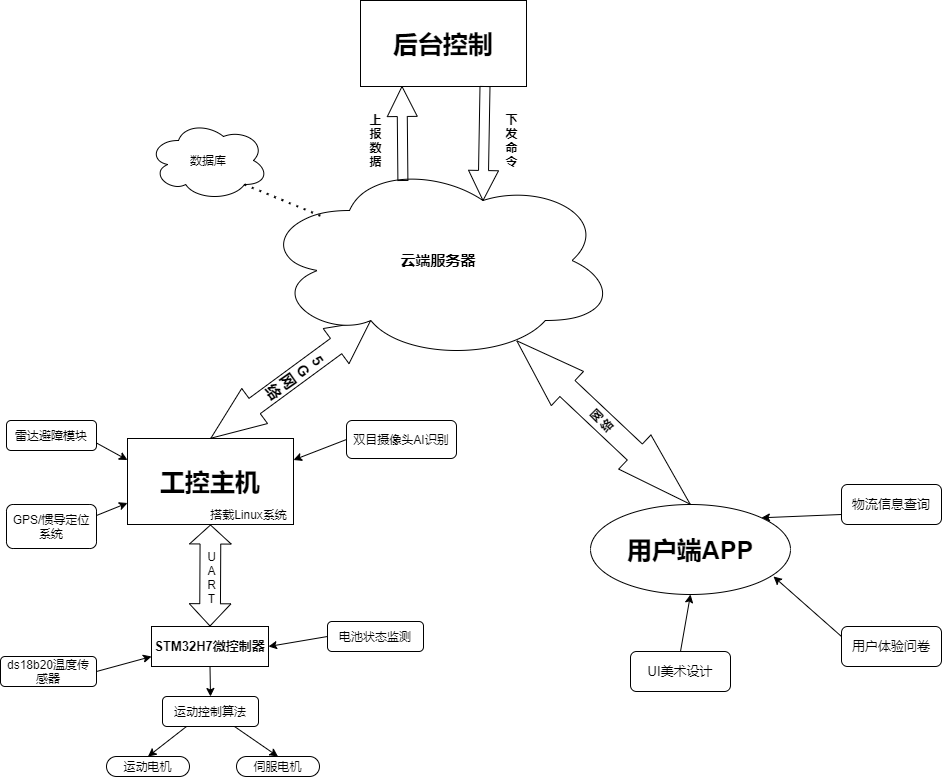
This is wuliu.png from RightTriangle/RightTriangle.github.io, a draw.io export, as it was before one commit. Source tidied: cells renumbered, new cells last; positions are measured from the earlier drawing's top-left corner, leaving out a move shared by most shapes.
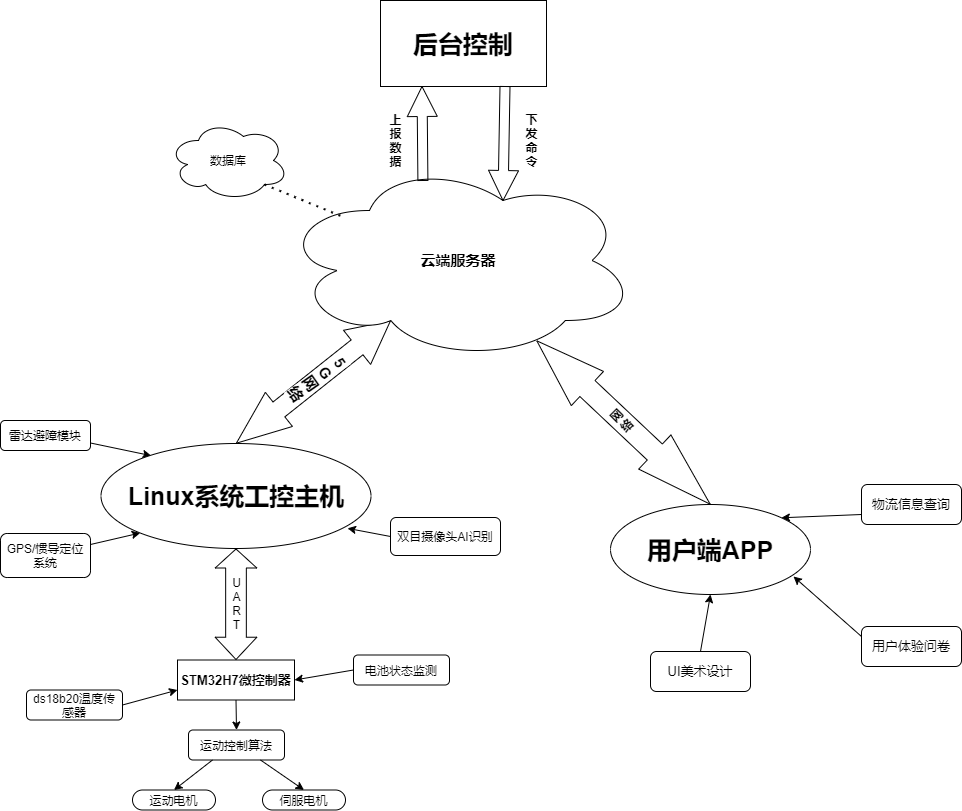
The same file after the commit.

What changed in the source:
```diff
@@ -2,10 +2,7 @@
   <root>
     <mxCell id="0" />
     <mxCell id="1" parent="0" />
-    <mxCell id="2" value="&lt;b&gt;&lt;font style=&quot;font-size: 25px&quot;&gt;工控主机&lt;/font&gt;&lt;/b&gt;" style="rounded=0;whiteSpace=wrap;html=1;" parent="1" vertex="1">
-      <mxGeometry x="127" y="438" width="166" height="86" as="geometry" />
-    </mxCell>
-    <mxCell id="3" style="shape=flexArrow;endArrow=classic;startArrow=classic;html=1;exitX=0.5;exitY=0;exitDx=0;exitDy=0;entryX=0.31;entryY=0.8;entryDx=0;entryDy=0;entryPerimeter=0;width=19;startSize=17.77;startWidth=23.571428571428573;endWidth=23.571428571428573;endSize=13.89;" parent="1" edge="1" source="2" target="5">
+    <mxCell id="3" style="shape=flexArrow;endArrow=classic;startArrow=classic;html=1;exitX=0.5;exitY=0;exitDx=0;exitDy=0;entryX=0.31;entryY=0.8;entryDx=0;entryDy=0;entryPerimeter=0;width=19;startSize=17.77;startWidth=23.571428571428573;endWidth=23.571428571428573;endSize=13.89;" parent="1" edge="1" source="43" target="5">
       <mxGeometry relative="1" as="geometry" />
     </mxCell>
     <mxCell id="4" value="&lt;b style=&quot;font-size: 15px&quot;&gt;5&lt;br&gt;G&lt;br&gt;网&lt;br&gt;络&lt;/b&gt;" style="edgeLabel;html=1;align=center;verticalAlign=middle;rotation=55;" parent="3" vertex="1">
@@ -17,9 +14,9 @@
       <mxGeometry x="260" y="160" width="356" height="200" as="geometry" />
     </mxCell>
     <mxCell id="6" value="&lt;font style=&quot;font-size: 13px&quot;&gt;&lt;b&gt;STM32H7微控制器&lt;/b&gt;&lt;/font&gt;" style="rounded=0;whiteSpace=wrap;html=1;" parent="1" vertex="1">
-      <mxGeometry x="151" y="626" width="117" height="40" as="geometry" />
+      <mxGeometry x="157" y="659.5" width="117" height="40" as="geometry" />
     </mxCell>
-    <mxCell id="7" style="shape=flexArrow;endArrow=classic;startArrow=classic;html=1;entryX=0.5;entryY=1;entryDx=0;entryDy=0;exitX=0.5;exitY=0;exitDx=0;exitDy=0;width=20.689655172413794;startSize=7.089655172413793;" parent="1" edge="1" source="6" target="2">
+    <mxCell id="7" style="shape=flexArrow;endArrow=classic;startArrow=classic;html=1;entryX=0.5;entryY=1;entryDx=0;entryDy=0;exitX=0.5;exitY=0;exitDx=0;exitDy=0;width=20.689655172413794;startSize=7.089655172413793;" parent="1" edge="1" source="6" target="43">
       <mxGeometry relative="1" as="geometry" />
     </mxCell>
     <mxCell id="8" value="U&lt;br&gt;A&lt;br&gt;R&lt;br&gt;T" style="edgeLabel;html=1;align=center;verticalAlign=middle;" parent="7" vertex="1">
@@ -28,31 +25,28 @@
       </mxGeometry>
     </mxCell>
     <mxCell id="9" value="雷达避障模块" style="rounded=1;whiteSpace=wrap;html=1;" parent="1" vertex="1">
-      <mxGeometry x="6" y="420" width="90" height="30" as="geometry" />
+      <mxGeometry x="-20" y="420" width="90" height="30" as="geometry" />
     </mxCell>
-    <mxCell id="10" style="endArrow=classic;html=1;entryX=0;entryY=0.25;entryDx=0;entryDy=0;exitX=1;exitY=0.75;exitDx=0;exitDy=0;" parent="1" edge="1" source="9" target="2">
+    <mxCell id="10" style="endArrow=classic;html=1;entryX=0.186;entryY=0.116;entryDx=0;entryDy=0;exitX=1;exitY=0.75;exitDx=0;exitDy=0;entryPerimeter=0;" parent="1" edge="1" source="9" target="43">
       <mxGeometry relative="1" as="geometry" />
     </mxCell>
     <mxCell id="11" value="GPS/惯导定位系统" style="rounded=1;whiteSpace=wrap;html=1;" parent="1" vertex="1">
-      <mxGeometry x="6" y="504" width="90" height="44" as="geometry" />
+      <mxGeometry x="-20" y="533" width="90" height="44" as="geometry" />
     </mxCell>
-    <mxCell id="12" style="endArrow=classic;html=1;entryX=0;entryY=0.75;entryDx=0;entryDy=0;exitX=1;exitY=0.25;exitDx=0;exitDy=0;" parent="1" edge="1" source="11" target="2">
+    <mxCell id="12" style="endArrow=classic;html=1;entryX=0;entryY=1;entryDx=0;entryDy=0;exitX=1;exitY=0.25;exitDx=0;exitDy=0;" parent="1" edge="1" source="11" target="43">
       <mxGeometry relative="1" as="geometry" />
     </mxCell>
-    <mxCell id="13" value="搭载Linux系统" style="text;html=1;align=center;verticalAlign=middle;strokeColor=none;" parent="1" vertex="1">
-      <mxGeometry x="203" y="504" width="90" height="20" as="geometry" />
-    </mxCell>
     <mxCell id="14" value="运动控制算法" style="rounded=1;whiteSpace=wrap;html=1;" parent="1" vertex="1">
-      <mxGeometry x="162" y="696" width="96" height="30" as="geometry" />
+      <mxGeometry x="168" y="729.5" width="96" height="30" as="geometry" />
     </mxCell>
     <mxCell id="15" style="endArrow=classic;html=1;exitX=0.5;exitY=1;exitDx=0;exitDy=0;entryX=0.5;entryY=0;entryDx=0;entryDy=0;" parent="1" edge="1" source="6" target="14">
       <mxGeometry relative="1" as="geometry" />
     </mxCell>
     <mxCell id="16" value="运动电机" style="rounded=1;whiteSpace=wrap;html=1;arcSize=50;" parent="1" vertex="1">
-      <mxGeometry x="106" y="756" width="83" height="20" as="geometry" />
+      <mxGeometry x="112" y="789.5" width="83" height="20" as="geometry" />
     </mxCell>
     <mxCell id="17" value="伺服电机" style="rounded=1;whiteSpace=wrap;html=1;arcSize=50;" parent="1" vertex="1">
-      <mxGeometry x="236" y="756" width="83" height="20" as="geometry" />
+      <mxGeometry x="242" y="789.5" width="83" height="20" as="geometry" />
     </mxCell>
     <mxCell id="18" style="endArrow=classic;html=1;entryX=0.5;entryY=0;entryDx=0;entryDy=0;exitX=0.75;exitY=1;exitDx=0;exitDy=0;" parent="1" edge="1" source="14" target="17">
       <mxGeometry relative="1" as="geometry" />
@@ -61,9 +55,9 @@
       <mxGeometry relative="1" as="geometry" />
     </mxCell>
     <mxCell id="20" value="双目摄像头AI识别" style="rounded=1;whiteSpace=wrap;html=1;" parent="1" vertex="1">
-      <mxGeometry x="346" y="420" width="110" height="38" as="geometry" />
+      <mxGeometry x="370" y="517" width="110" height="38" as="geometry" />
     </mxCell>
-    <mxCell id="21" style="endArrow=classic;html=1;entryX=1;entryY=0.25;entryDx=0;entryDy=0;exitX=0;exitY=0.5;exitDx=0;exitDy=0;" parent="1" edge="1" source="20" target="2">
+    <mxCell id="21" style="endArrow=classic;html=1;entryX=0.913;entryY=0.808;entryDx=0;entryDy=0;exitX=0;exitY=0.5;exitDx=0;exitDy=0;entryPerimeter=0;" parent="1" edge="1" source="20" target="43">
       <mxGeometry relative="1" as="geometry" />
     </mxCell>
     <mxCell id="22" value="&lt;span style=&quot;font-size: 25px&quot;&gt;&lt;b&gt;后台控制&lt;/b&gt;&lt;/span&gt;" style="rounded=0;whiteSpace=wrap;html=1;" parent="1" vertex="1">
@@ -82,7 +76,7 @@
       <mxGeometry x="496" y="110" width="30" height="60" as="geometry" />
     </mxCell>
     <mxCell id="27" value="ds18b20温度传感器" style="rounded=1;whiteSpace=wrap;html=1;" parent="1" vertex="1">
-      <mxGeometry y="656" width="96" height="30" as="geometry" />
+      <mxGeometry x="6" y="689.5" width="96" height="30" as="geometry" />
     </mxCell>
     <mxCell id="28" style="endArrow=classic;html=1;targetPerimeterSpacing=0;entryX=0;entryY=0.75;entryDx=0;entryDy=0;exitX=1;exitY=0.5;exitDx=0;exitDy=0;" parent="1" edge="1" source="27" target="6">
       <mxGeometry relative="1" as="geometry" />
@@ -123,7 +117,7 @@
       <mxGeometry relative="1" as="geometry" />
     </mxCell>
     <mxCell id="40" value="电池状态监测" style="rounded=1;whiteSpace=wrap;html=1;" parent="1" vertex="1">
-      <mxGeometry x="327" y="621" width="96" height="30" as="geometry" />
+      <mxGeometry x="333" y="654.5" width="96" height="30" as="geometry" />
     </mxCell>
     <mxCell id="41" value="数据库" style="ellipse;shape=cloud;whiteSpace=wrap;html=1;" parent="1" vertex="1">
       <mxGeometry x="148" y="120" width="120" height="80" as="geometry" />
@@ -131,5 +125,8 @@
     <mxCell id="42" style="endArrow=none;dashed=1;html=1;dashPattern=1 3;strokeWidth=2;targetPerimeterSpacing=0;entryX=0.17;entryY=0.278;entryDx=0;entryDy=0;entryPerimeter=0;exitX=0.8;exitY=0.8;exitDx=0;exitDy=0;exitPerimeter=0;" parent="1" edge="1" source="41" target="5">
       <mxGeometry relative="1" as="geometry" />
     </mxCell>
+    <mxCell id="43" value="&lt;b style=&quot;font-size: 25px&quot;&gt;Linux系统工控主机&lt;/b&gt;" style="ellipse;whiteSpace=wrap;html=1;" parent="1" vertex="1">
+      <mxGeometry x="80.5" y="443" width="270" height="105" as="geometry" />
+    </mxCell>
   </root>
 </mxGraphModel>
```
